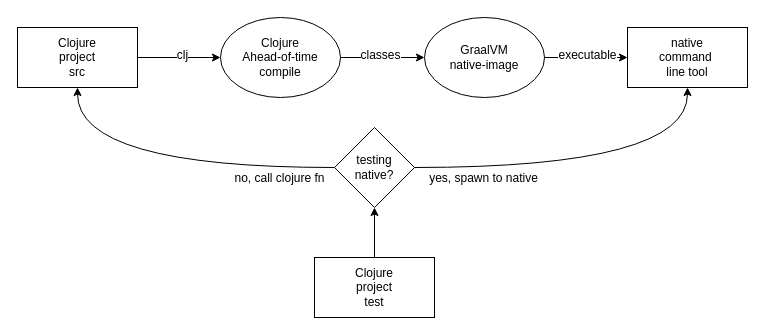
clj-easy/graal-docs keeps this draw.io diagram as doc/clj-graal-testing-conditional-spawn.drawio. Above is the earlier version. Source tidied: cells renumbered, new cells numbered last; positions are measured from the earlier drawing's top-left corner, leaving out a move shared by most shapes. Both pictures are drawn from the tidied source at 100%, with x=0, y=0 at pixel (17, 17).
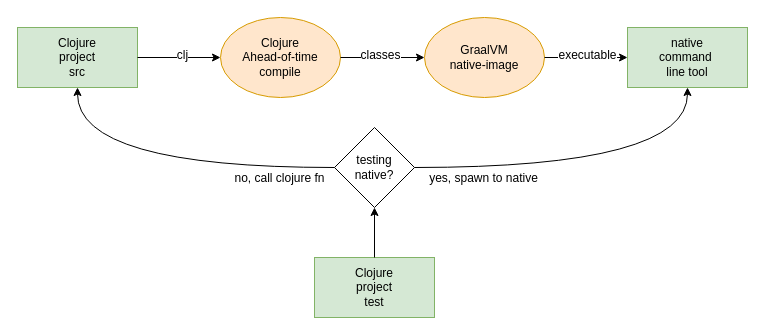
The same diagram, later.

Commit message (it also covers changes not shown here):
Add some color to diagrams

The edit, as a diff of the source:
```diff
@@
-    <mxCell id="2" value="Clojure&lt;br&gt;project&lt;br&gt;src" style="rounded=0;whiteSpace=wrap;html=1;" parent="1" vertex="1">
+    <mxCell id="2" value="Clojure&lt;br&gt;project&lt;br&gt;src" style="rounded=0;whiteSpace=wrap;html=1;fillColor=#d5e8d4;strokeColor=#82b366;" parent="1" vertex="1">
       <mxGeometry y="10" width="120" height="60" as="geometry" />
     </mxCell>
-    <mxCell id="3" value="Clojure&lt;br&gt;project&lt;br&gt;test" style="rounded=0;whiteSpace=wrap;html=1;" parent="1" vertex="1">
+    <mxCell id="3" value="Clojure&lt;br&gt;project&lt;br&gt;test" style="rounded=0;whiteSpace=wrap;html=1;fillColor=#d5e8d4;strokeColor=#82b366;" parent="1" vertex="1">
       <mxGeometry x="297" y="240" width="120" height="60" as="geometry" />
     </mxCell>
-    <mxCell id="4" value="GraalVM&lt;br&gt;native-image" style="ellipse;whiteSpace=wrap;html=1;" parent="1" vertex="1">
+    <mxCell id="4" value="GraalVM&lt;br&gt;native-image" style="ellipse;whiteSpace=wrap;html=1;fillColor=#ffe6cc;strokeColor=#d79b00;" parent="1" vertex="1">
       <mxGeometry x="407" width="120" height="80" as="geometry" />
     </mxCell>
-    <mxCell id="5" value="Clojure&lt;br&gt;Ahead-of-time&lt;br&gt;compile" style="ellipse;whiteSpace=wrap;html=1;" parent="1" vertex="1">
+    <mxCell id="5" value="Clojure&lt;br&gt;Ahead-of-time&lt;br&gt;compile" style="ellipse;whiteSpace=wrap;html=1;fillColor=#ffe6cc;strokeColor=#d79b00;" parent="1" vertex="1">
       <mxGeometry x="203" width="120" height="80" as="geometry" />
     </mxCell>
@@
-    <mxCell id="10" value="native&lt;br&gt;command&amp;nbsp;&lt;br&gt;line tool" style="rounded=0;whiteSpace=wrap;html=1;" parent="1" vertex="1">
+    <mxCell id="10" value="native&lt;br&gt;command&amp;nbsp;&lt;br&gt;line tool" style="rounded=0;whiteSpace=wrap;html=1;fillColor=#d5e8d4;strokeColor=#82b366;" parent="1" vertex="1">
       <mxGeometry x="610" y="10" width="120" height="60" as="geometry" />
     </mxCell>
```
